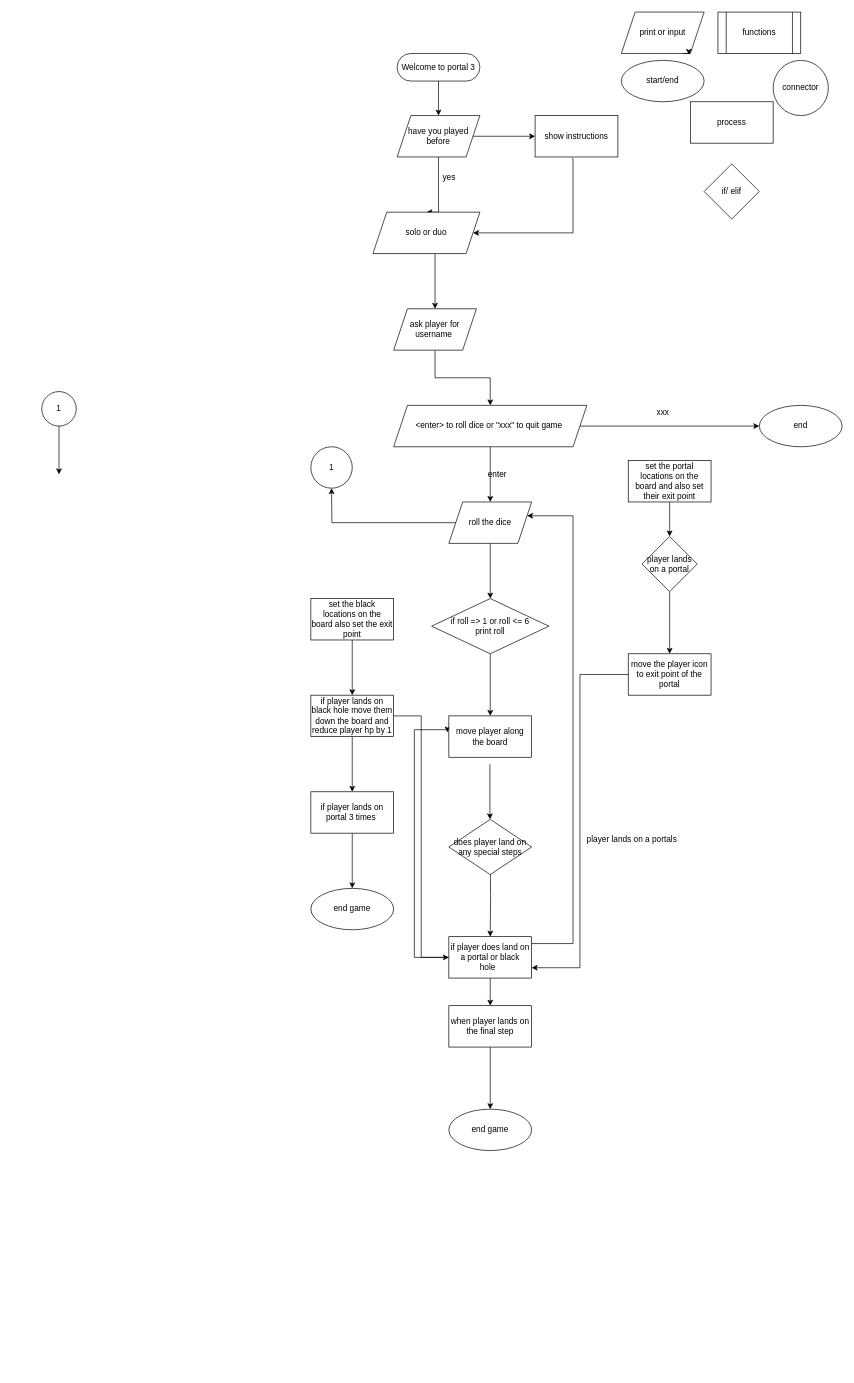
This is portalspy flowchart.drawio from Albkset2/High-and-low, a draw.io file, before an edit. Source tidied: cells renumbered, new cells numbered last; positions are measured from the earlier drawing's top-left corner, leaving out a move shared by most shapes. Both pictures are drawn from the tidied source at 69%, with x=0, y=0 at pixel (41, 12).
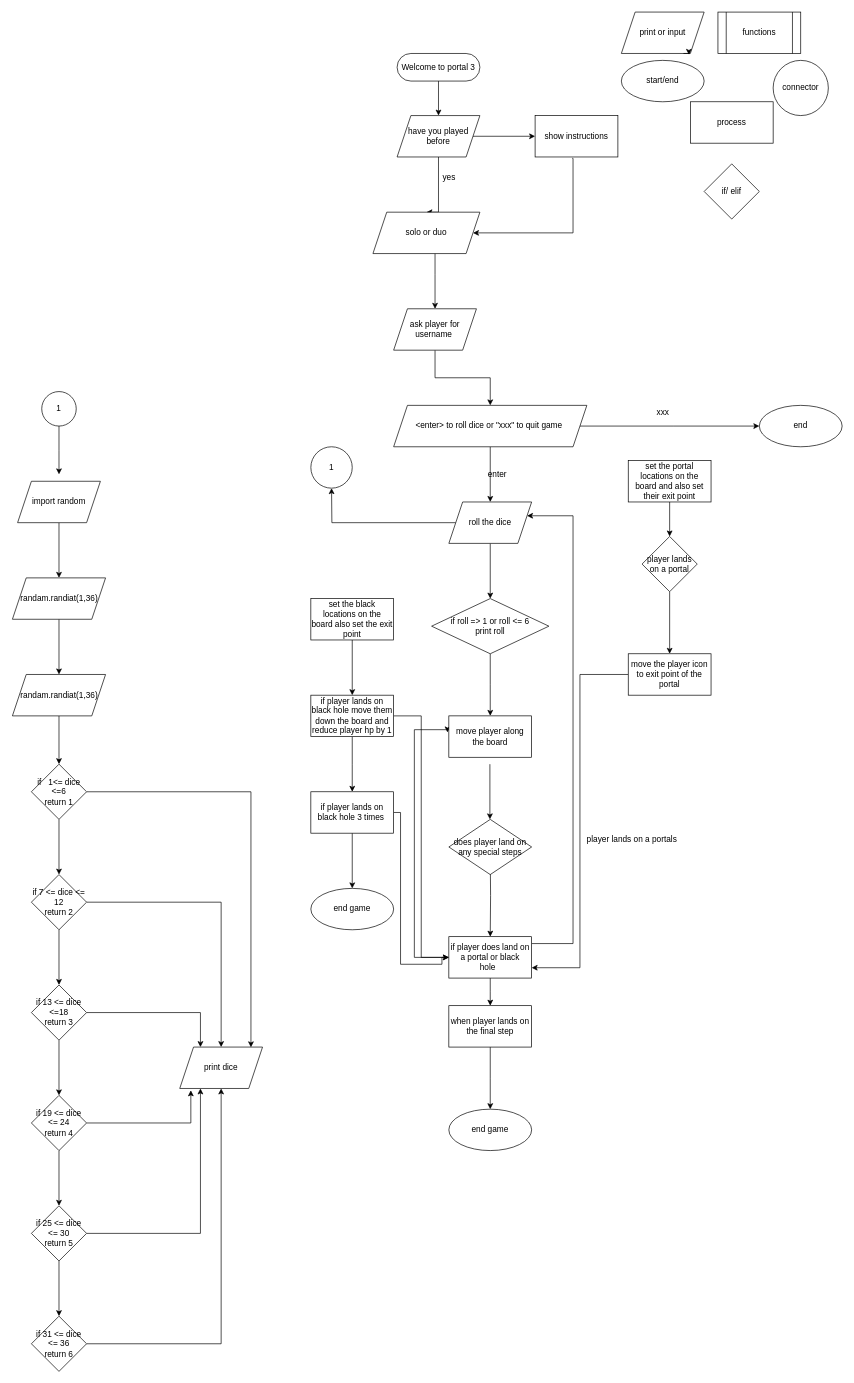
The same diagram, later.

The change refers to these unchanged cells:
```xml
<mxCell id="37" value="if player does land on a portal or black hole&amp;nbsp;&amp;nbsp;" style="whiteSpace=wrap;html=1;" parent="1" vertex="1">
  <mxGeometry x="590" y="1340" width="120" height="60" as="geometry" />
</mxCell>
```

The edit, as a diff of the source:
```diff
@@
+    <mxCell id="61" style="edgeStyle=orthogonalEdgeStyle;rounded=0;jettySize=auto;html=1;entryX=0;entryY=0.5;entryDx=0;entryDy=0;" parent="1" edge="1" source="53" target="37">
+      <mxGeometry relative="1" as="geometry">
+        <Array as="points">
+          <mxPoint x="520" y="1160" />
+          <mxPoint x="520" y="1380" />
+          <mxPoint x="580" y="1380" />
+          <mxPoint x="580" y="1370" />
+        </Array>
+      </mxGeometry>
+    </mxCell>
-    <mxCell id="53" value="if player lands on portal 3 times&amp;nbsp;" style="whiteSpace=wrap;html=1;" parent="1" vertex="1">
+    <mxCell id="53" value="if player lands on black hole 3 times&amp;nbsp;" style="whiteSpace=wrap;html=1;" parent="1" vertex="1">
       <mxGeometry x="390" y="1130" width="120" height="60" as="geometry" />
     </mxCell>
@@
+    <mxCell id="62" style="edgeStyle=orthogonalEdgeStyle;rounded=0;jettySize=auto;html=1;" parent="1" edge="1" source="63" target="65">
+      <mxGeometry relative="1" as="geometry" />
+    </mxCell>
+    <mxCell id="63" value="import random" style="shape=parallelogram;perimeter=parallelogramPerimeter;whiteSpace=wrap;html=1;fixedSize=1;" parent="1" vertex="1">
+      <mxGeometry x="-35" y="680" width="120" height="60" as="geometry" />
+    </mxCell>
+    <mxCell id="64" style="edgeStyle=orthogonalEdgeStyle;rounded=0;jettySize=auto;html=1;" parent="1" edge="1" source="65" target="67">
+      <mxGeometry relative="1" as="geometry" />
+    </mxCell>
+    <mxCell id="65" value="randam.randiat(1,36)" style="shape=parallelogram;perimeter=parallelogramPerimeter;whiteSpace=wrap;html=1;fixedSize=1;" parent="1" vertex="1">
+      <mxGeometry x="-42.5" y="820" width="135" height="60" as="geometry" />
+    </mxCell>
+    <mxCell id="66" style="edgeStyle=orthogonalEdgeStyle;rounded=0;jettySize=auto;html=1;" parent="1" edge="1" source="67" target="70">
+      <mxGeometry relative="1" as="geometry" />
+    </mxCell>
+    <mxCell id="67" value="randam.randiat(1,36)" style="shape=parallelogram;perimeter=parallelogramPerimeter;whiteSpace=wrap;html=1;fixedSize=1;" parent="1" vertex="1">
+      <mxGeometry x="-42.5" y="960" width="135" height="60" as="geometry" />
+    </mxCell>
+    <mxCell id="68" style="edgeStyle=orthogonalEdgeStyle;rounded=0;jettySize=auto;html=1;" parent="1" edge="1" source="70" target="73">
+      <mxGeometry relative="1" as="geometry" />
+    </mxCell>
+    <mxCell id="69" style="edgeStyle=orthogonalEdgeStyle;rounded=0;jettySize=auto;html=1;entryX=0.86;entryY=0.006;entryDx=0;entryDy=0;entryPerimeter=0;" parent="1" edge="1" source="70" target="85">
+      <mxGeometry relative="1" as="geometry" />
+    </mxCell>
+    <mxCell id="70" value="if&amp;nbsp; &amp;nbsp;1&amp;lt;= dice &amp;lt;=6&lt;br&gt;return 1" style="rhombus;whiteSpace=wrap;html=1;" parent="1" vertex="1">
+      <mxGeometry x="-15" y="1090" width="80" height="80" as="geometry" />
+    </mxCell>
+    <mxCell id="71" style="edgeStyle=orthogonalEdgeStyle;rounded=0;jettySize=auto;html=1;" parent="1" edge="1" source="73" target="76">
+      <mxGeometry relative="1" as="geometry" />
+    </mxCell>
+    <mxCell id="72" style="edgeStyle=orthogonalEdgeStyle;rounded=0;jettySize=auto;html=1;exitX=1;exitY=0.5;exitDx=0;exitDy=0;entryX=0.5;entryY=0;entryDx=0;entryDy=0;" parent="1" edge="1" source="73" target="85">
+      <mxGeometry relative="1" as="geometry" />
+    </mxCell>
+    <mxCell id="73" value="if 7 &amp;lt;= dice &amp;lt;= 12&lt;br&gt;return 2" style="rhombus;whiteSpace=wrap;html=1;" parent="1" vertex="1">
+      <mxGeometry x="-15" y="1250" width="80" height="80" as="geometry" />
+    </mxCell>
+    <mxCell id="74" style="edgeStyle=orthogonalEdgeStyle;rounded=0;jettySize=auto;html=1;" parent="1" edge="1" source="76" target="79">
+      <mxGeometry relative="1" as="geometry" />
+    </mxCell>
+    <mxCell id="75" style="edgeStyle=orthogonalEdgeStyle;rounded=0;jettySize=auto;html=1;exitX=1;exitY=0.5;exitDx=0;exitDy=0;entryX=0.25;entryY=0;entryDx=0;entryDy=0;" parent="1" edge="1" source="76" target="85">
+      <mxGeometry relative="1" as="geometry" />
+    </mxCell>
+    <mxCell id="76" value="if 13 &amp;lt;= dice &amp;lt;=18&lt;br&gt;return 3" style="rhombus;whiteSpace=wrap;html=1;" parent="1" vertex="1">
+      <mxGeometry x="-15" y="1410" width="80" height="80" as="geometry" />
+    </mxCell>
+    <mxCell id="77" style="edgeStyle=orthogonalEdgeStyle;rounded=0;jettySize=auto;html=1;" parent="1" edge="1" source="79" target="82">
+      <mxGeometry relative="1" as="geometry" />
+    </mxCell>
+    <mxCell id="78" style="edgeStyle=orthogonalEdgeStyle;rounded=0;jettySize=auto;html=1;entryX=0.134;entryY=1.045;entryDx=0;entryDy=0;entryPerimeter=0;" parent="1" edge="1" source="79" target="85">
+      <mxGeometry relative="1" as="geometry" />
+    </mxCell>
+    <mxCell id="79" value="if 19 &amp;lt;= dice &amp;lt;= 24&lt;br&gt;return 4" style="rhombus;whiteSpace=wrap;html=1;" parent="1" vertex="1">
+      <mxGeometry x="-15" y="1570" width="80" height="80" as="geometry" />
+    </mxCell>
+    <mxCell id="80" style="edgeStyle=orthogonalEdgeStyle;rounded=0;jettySize=auto;html=1;" parent="1" edge="1" source="82" target="84">
+      <mxGeometry relative="1" as="geometry" />
+    </mxCell>
+    <mxCell id="81" style="edgeStyle=orthogonalEdgeStyle;rounded=0;jettySize=auto;html=1;entryX=0.25;entryY=1;entryDx=0;entryDy=0;" parent="1" edge="1" source="82" target="85">
+      <mxGeometry relative="1" as="geometry" />
+    </mxCell>
+    <mxCell id="82" value="if 25 &amp;lt;= dice &amp;lt;= 30&lt;br&gt;return 5" style="rhombus;whiteSpace=wrap;html=1;" parent="1" vertex="1">
+      <mxGeometry x="-15" y="1730" width="80" height="80" as="geometry" />
+    </mxCell>
+    <mxCell id="83" style="edgeStyle=orthogonalEdgeStyle;rounded=0;jettySize=auto;html=1;" parent="1" edge="1" source="84" target="85">
+      <mxGeometry relative="1" as="geometry" />
+    </mxCell>
+    <mxCell id="84" value="if 31 &amp;lt;= dice &amp;lt;= 36&lt;br&gt;return 6" style="rhombus;whiteSpace=wrap;html=1;" parent="1" vertex="1">
+      <mxGeometry x="-15" y="1890" width="80" height="80" as="geometry" />
+    </mxCell>
+    <mxCell id="85" value="print dice" style="shape=parallelogram;perimeter=parallelogramPerimeter;whiteSpace=wrap;html=1;fixedSize=1;" parent="1" vertex="1">
+      <mxGeometry x="200" y="1500" width="120" height="60" as="geometry" />
+    </mxCell>
```
